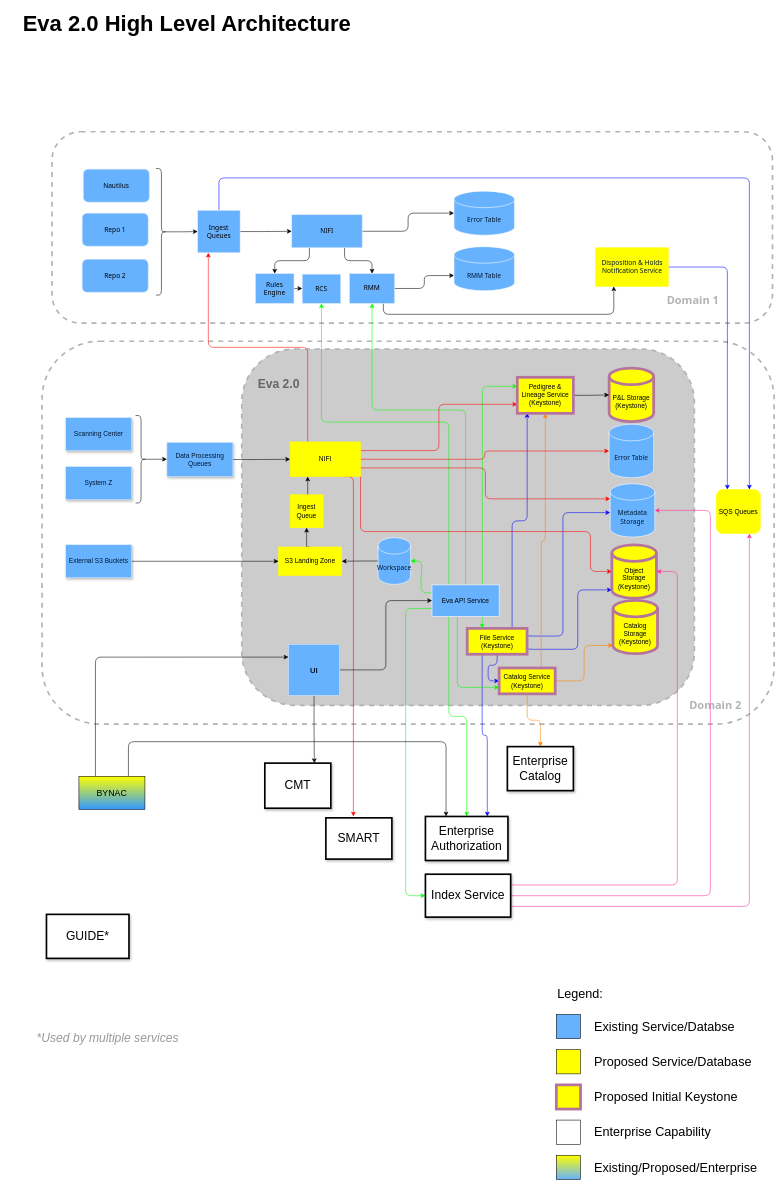
Above: page "Eva 2.0 High Level" (1 of 7) of Drawings/Eva/Architecture/MainArchitecture.drawio in RMSLowside/rmslow (draw.io), before the change. Source tidied: cells renumbered, new cells numbered last; positions are measured from the earlier drawing's top-left corner, leaving out a move shared by most shapes. Both pictures are drawn from the tidied source at 55%, with x=0, y=0 at pixel (9, 17).
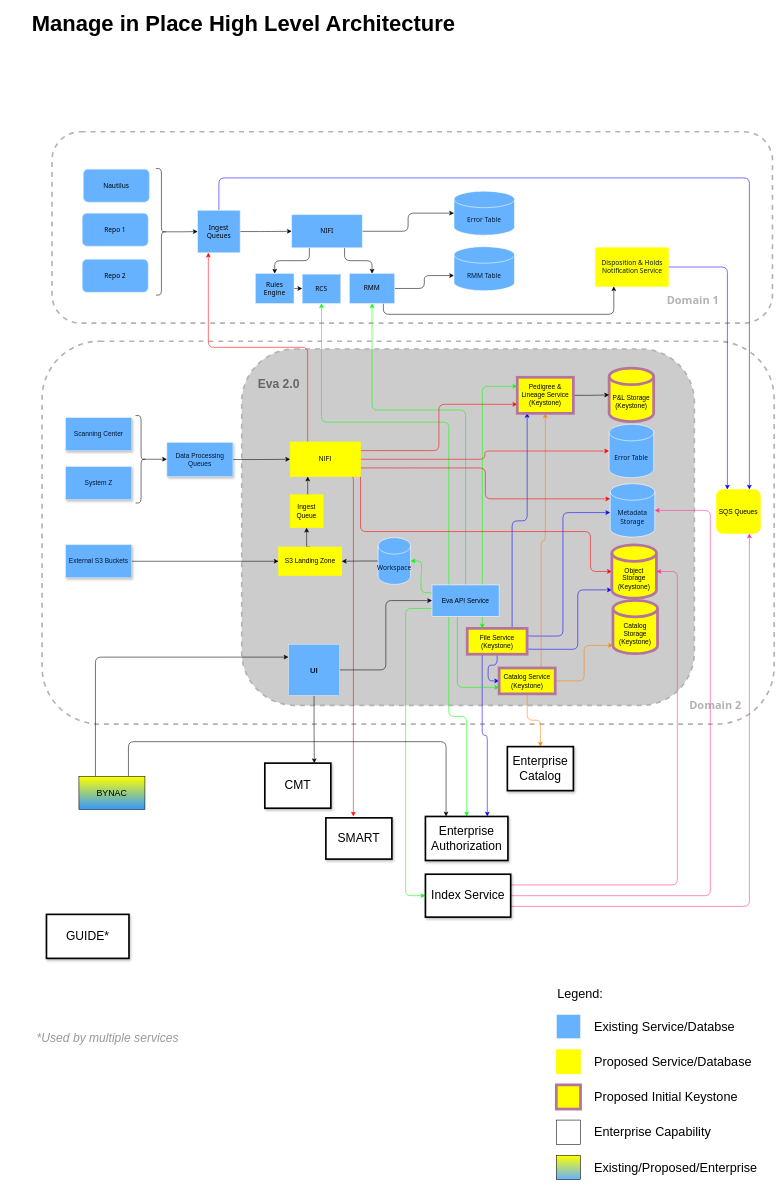
After the change.

Unchanged cells that the change refers to:
```xml
<mxCell id="57" value="NIFI" style="rounded=0;whiteSpace=wrap;html=1;fillColor=#FFFF00;strokeColor=#FFFF00;fontColor=#000000;fontFamily=Helvetica;" parent="1" vertex="1">
  <mxGeometry x="510" y="772" width="128" height="63" as="geometry" />
</mxCell>
<mxCell id="95" style="group;" parent="1" vertex="1">
  <mxGeometry x="994" y="1756" width="375" height="357" as="geometry" />
</mxCell>
```

The edit, as a diff of the source:
```diff
@@
-    <mxCell id="56" style="edgeStyle=orthogonalEdgeStyle;rounded=1;jettySize=auto;html=1;exitX=0.75;exitY=1;exitDx=0;exitDy=0;strokeColor=#FF0000;" parent="1" edge="1" source="57">
+    <mxCell id="56" style="edgeStyle=orthogonalEdgeStyle;rounded=1;jettySize=auto;html=1;exitX=0.883;exitY=1.018;exitDx=0;exitDy=0;strokeColor=#FF0000;exitPerimeter=0;" parent="1" edge="1" source="57">
       <mxGeometry relative="1" as="geometry">
         <mxPoint x="625" y="1453" as="targetPoint" />
         <Array as="points">
-          <mxPoint x="625" y="835" />
+          <mxPoint x="625" y="836" />
         </Array>
       </mxGeometry>
     </mxCell>
@@
-    <mxCell id="87" value="Eva 2.0 High Level Architecture" style="text;html=1;strokeColor=none;fillColor=none;align=center;verticalAlign=middle;whiteSpace=wrap;rounded=0;fontSize=40;fontStyle=1;" parent="1" vertex="1">
-      <mxGeometry width="645" height="20" as="geometry" />
+    <mxCell id="87" value="Manage in Place High Level Architecture" style="text;html=1;strokeColor=none;fillColor=none;align=center;verticalAlign=middle;whiteSpace=wrap;rounded=0;fontSize=40;fontStyle=1;" parent="1" vertex="1">
+      <mxGeometry width="851" height="20" as="geometry" />
     </mxCell>
@@
-    <mxCell id="97" style="whiteSpace=wrap;html=1;fontSize=23;align=left;fillColor=#66B2FF;" parent="95" vertex="1">
+    <mxCell id="97" style="whiteSpace=wrap;html=1;fontSize=23;align=left;fillColor=#66B2FF;strokeColor=#FFFFFF;" parent="95" vertex="1">
       <mxGeometry y="57" width="44" height="44" as="geometry" />
     </mxCell>
-    <mxCell id="98" style="whiteSpace=wrap;html=1;fontSize=23;align=left;fillColor=#FFFF00;" parent="95" vertex="1">
+    <mxCell id="98" style="whiteSpace=wrap;html=1;fontSize=23;align=left;fillColor=#FFFF00;strokeColor=#FFFF00;" parent="95" vertex="1">
       <mxGeometry y="121" width="44" height="44" as="geometry" />
     </mxCell>
```
